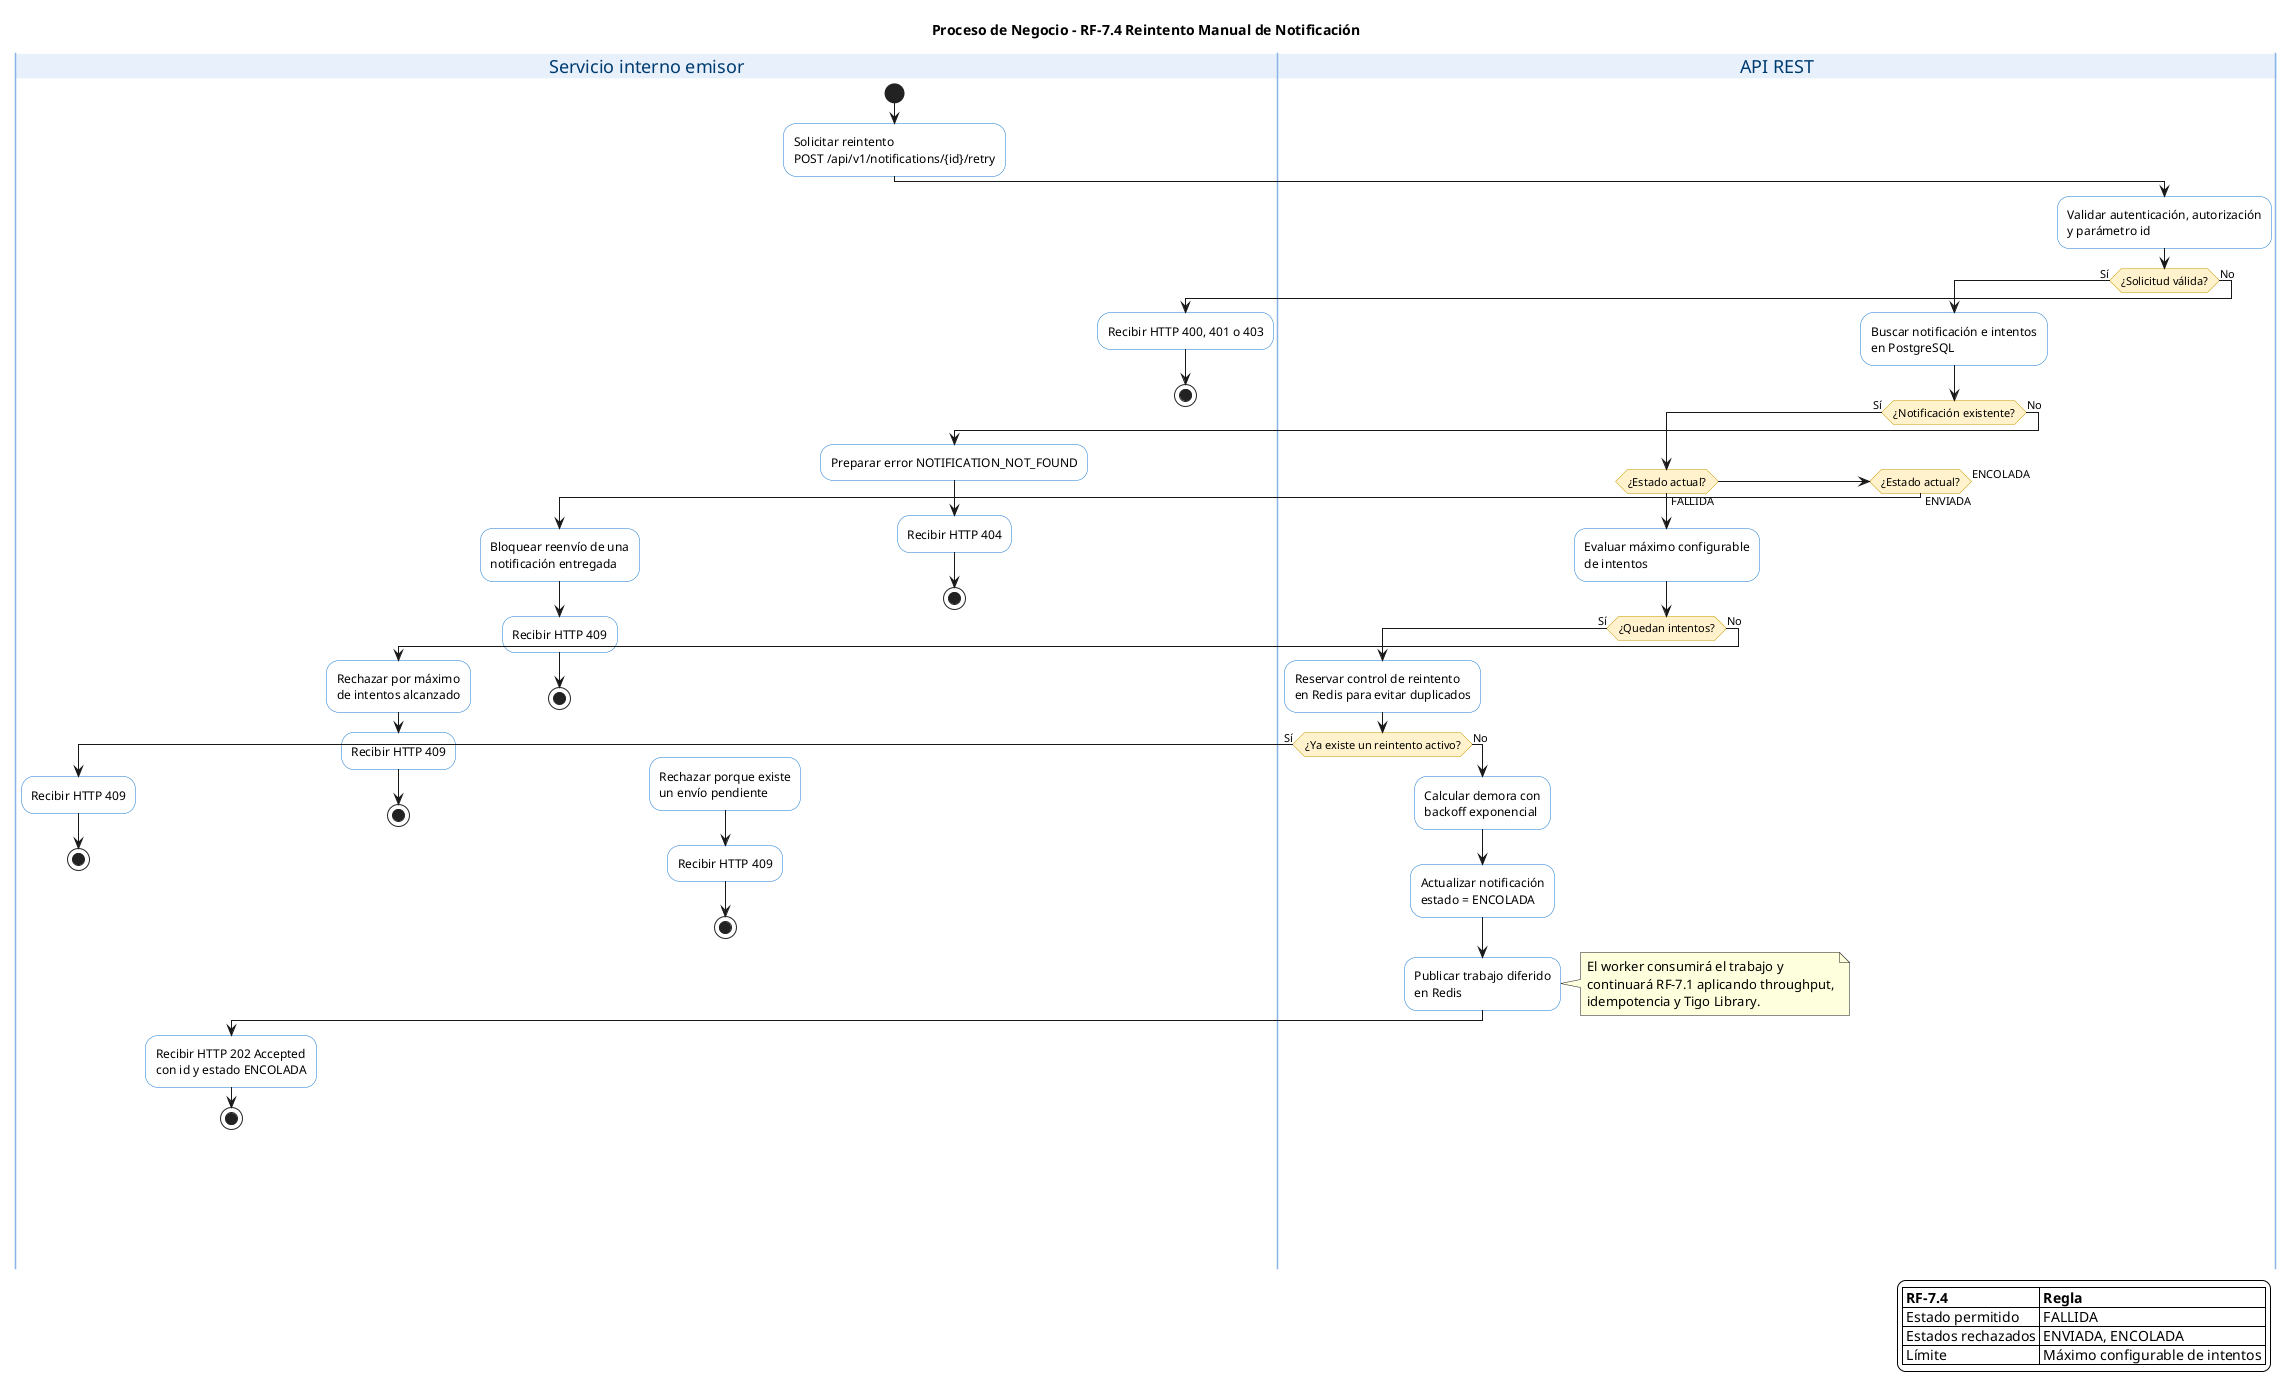
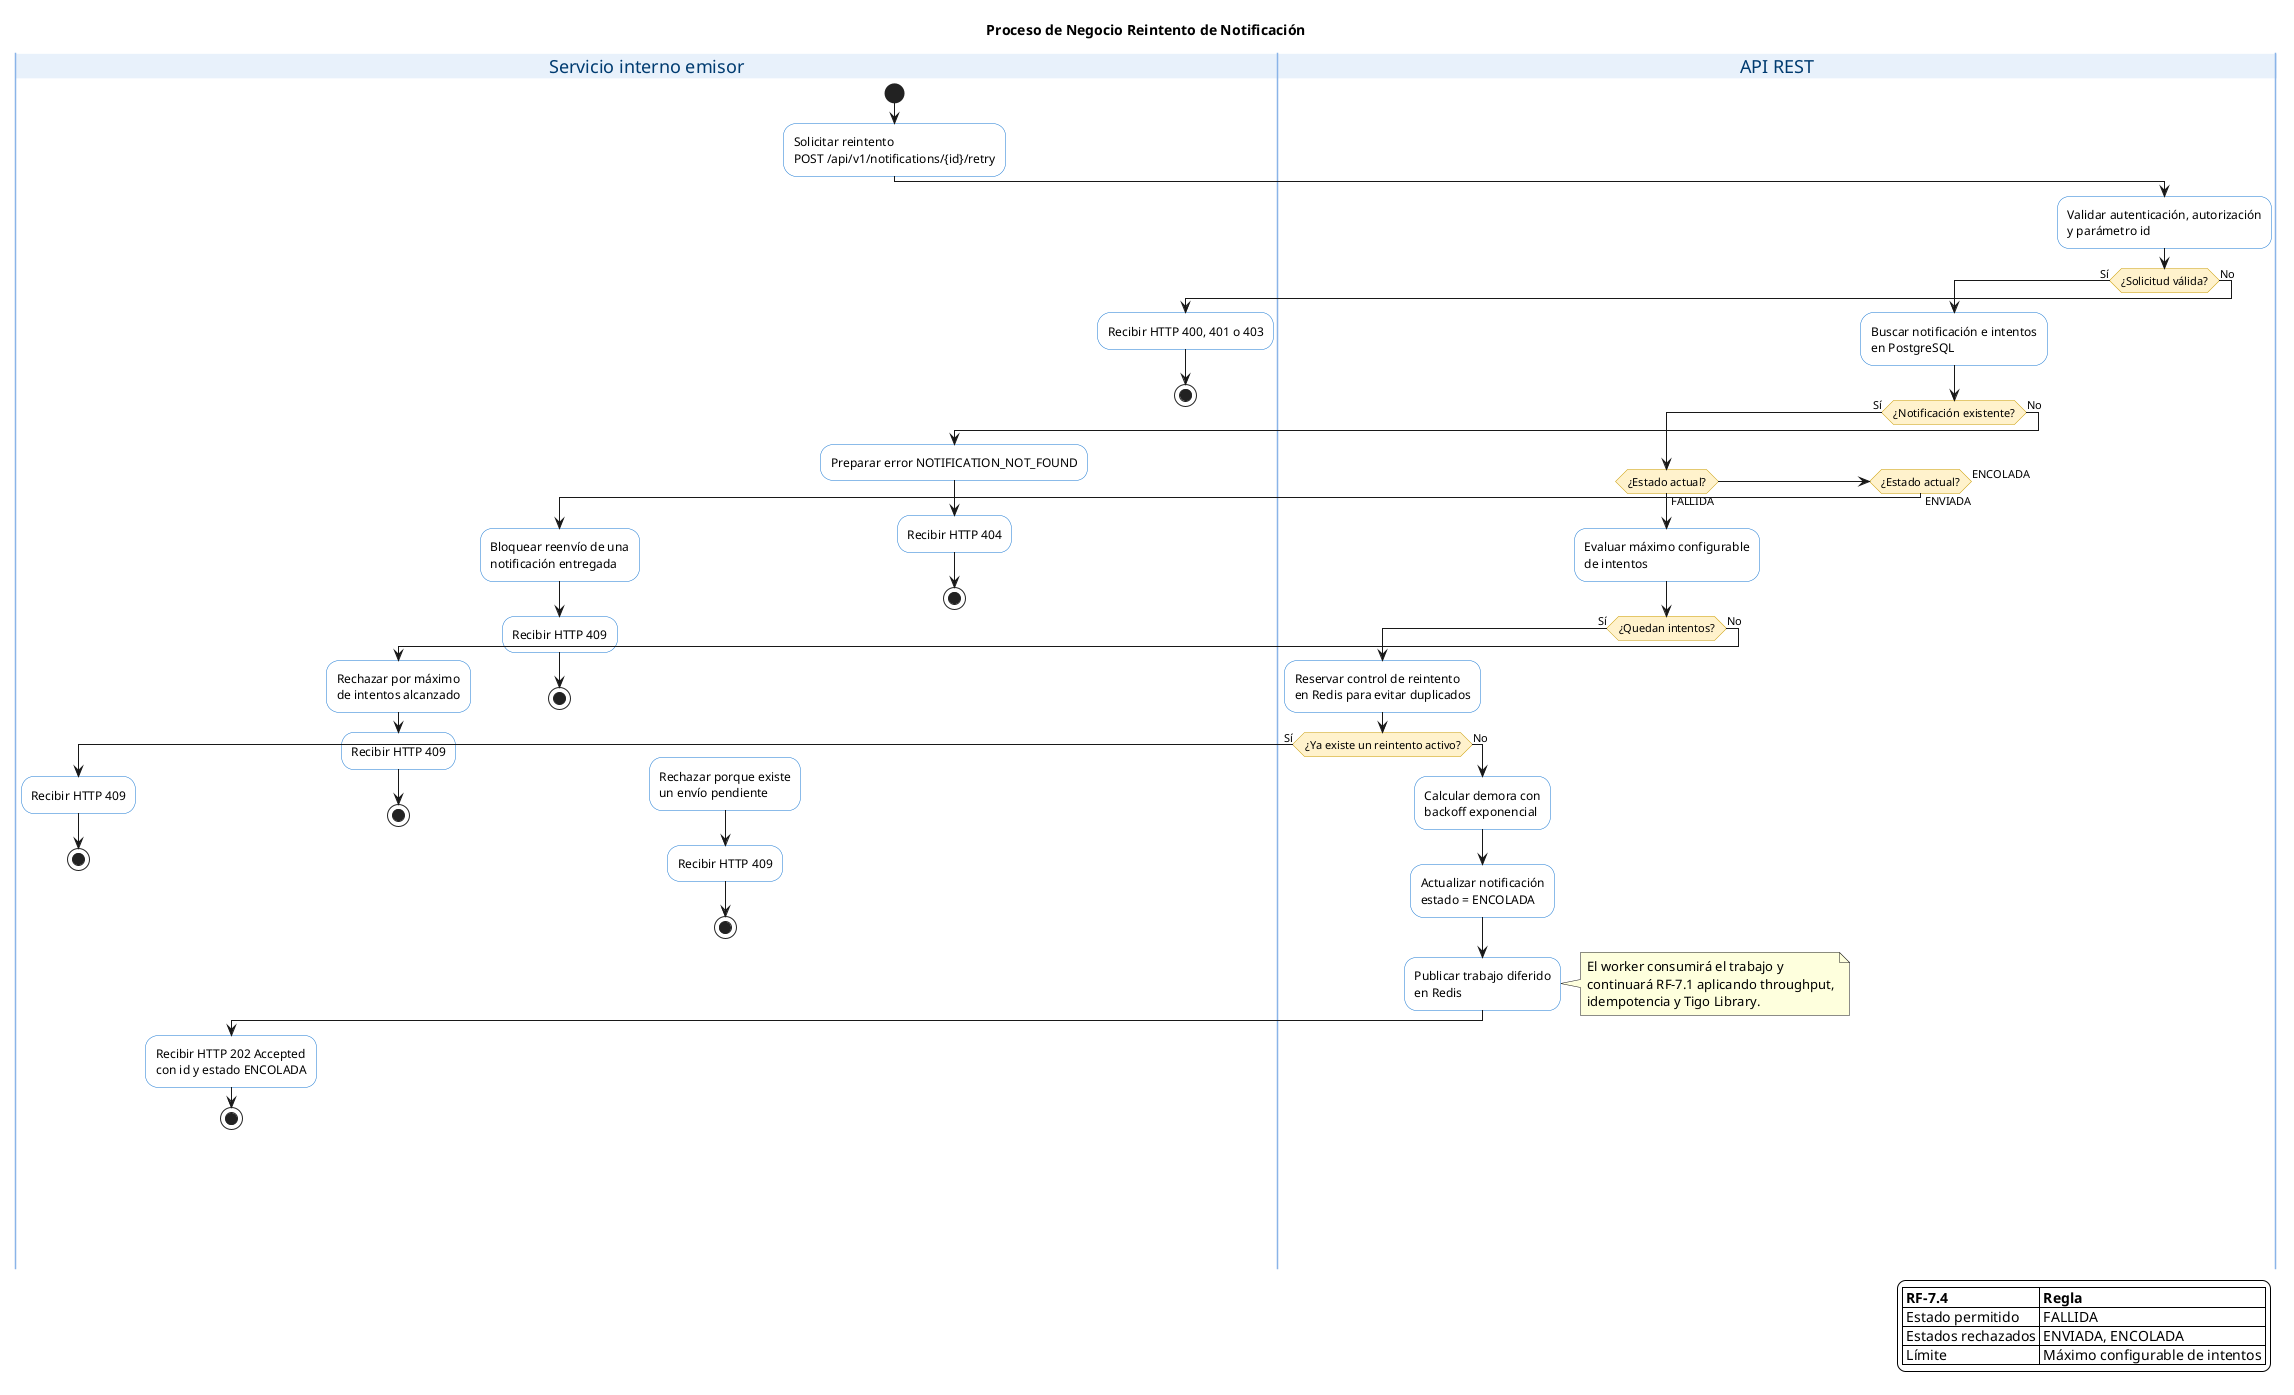
@startuml notificaciones-04-bp-reintento

- title Proceso de Negocio - RF-7.4 Reintento Manual de Notificación
+ title Proceso de Negocio Reintento de Notificación

skinparam backgroundColor white
skinparam shadowing false
skinparam activity {
    BackgroundColor white
    BorderColor #1676D2
    FontColor #000000
    DiamondBackgroundColor #FFF2CC
    DiamondBorderColor #C99A00
    StartColor #222222
    EndColor #222222
    BarColor #1676D2
}
skinparam swimlane {
    BorderColor #8AB4E8
    TitleBackgroundColor #E8F1FB
    TitleFontColor #003B70
}

|Servicio interno emisor|
start
:Solicitar reintento\nPOST /api/v1/notifications/{id}/retry;

|API REST|
:Validar autenticación, autorización\ny parámetro id;

if (¿Solicitud válida?) then (Sí)
    :Buscar notificación e intentos\nen PostgreSQL;
    if (¿Notificación existente?) then (Sí)
        if (¿Estado actual?) then (FALLIDA)
            :Evaluar máximo configurable\nde intentos;
            if (¿Quedan intentos?) then (Sí)
                :Reservar control de reintento\nen Redis para evitar duplicados;
                if (¿Ya existe un reintento activo?) then (Sí)
                    |Servicio interno emisor|
                    :Recibir HTTP 409;
                    stop
                else (No)
                    |API REST|
                    :Calcular demora con\nbackoff exponencial;
                    :Actualizar notificación\nestado = ENCOLADA;
                    :Publicar trabajo diferido\nen Redis;
                    note right
                      El worker consumirá el trabajo y
                      continuará RF-7.1 aplicando throughput,
                      idempotencia y Tigo Library.
                    end note
                    |Servicio interno emisor|
                    :Recibir HTTP 202 Accepted\ncon id y estado ENCOLADA;
                    stop
                endif
            else (No)
                :Rechazar por máximo\nde intentos alcanzado;
                |Servicio interno emisor|
                :Recibir HTTP 409;
                stop
            endif
        elseif (¿Estado actual?) then (ENVIADA)
            :Bloquear reenvío de una\nnotificación entregada;
            |Servicio interno emisor|
            :Recibir HTTP 409;
            stop
        else (ENCOLADA)
            :Rechazar porque existe\nun envío pendiente;
            |Servicio interno emisor|
            :Recibir HTTP 409;
            stop
        endif
    else (No)
        :Preparar error NOTIFICATION_NOT_FOUND;
        |Servicio interno emisor|
        :Recibir HTTP 404;
        stop
    endif
else (No)
    |Servicio interno emisor|
    :Recibir HTTP 400, 401 o 403;
    stop
endif

legend right
|= RF-7.4 |= Regla |
| Estado permitido | FALLIDA |
| Estados rechazados | ENVIADA, ENCOLADA |
| Límite | Máximo configurable de intentos |
endlegend

@enduml
